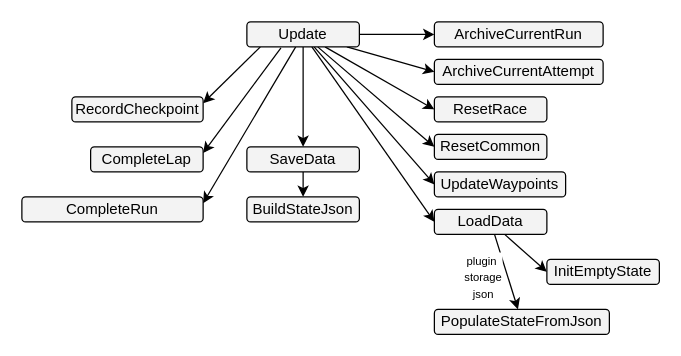
This is diagrams/drawio/structure_charts.drawio from nolanvargas/Weekly-Grand-Splits, a draw.io file, before an edit. Source tidied: cells renumbered, new cells numbered last; positions are measured from the earlier drawing's top-left corner, leaving out a move shared by most shapes. Both pictures are drawn from the tidied source at 125%, with x=0, y=0 at pixel (21, 21).
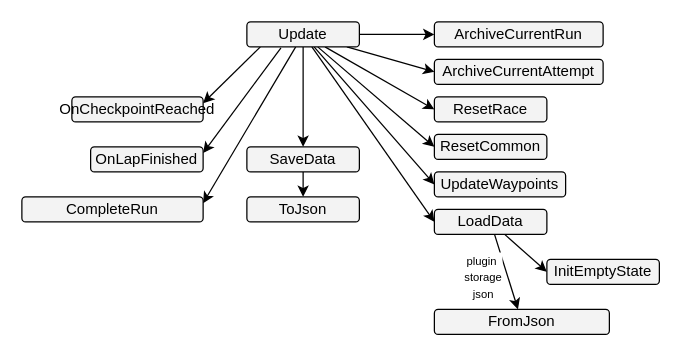
After the change.

Change to the diagram source:
```diff
@@
-    <mxCell id="23" value="CompleteLap" style="rounded=1;whiteSpace=wrap;html=1;fillColor=#F3F3F3;" parent="1" vertex="1">
+    <mxCell id="23" value="OnLapFinished" style="rounded=1;whiteSpace=wrap;html=1;fillColor=#F3F3F3;" parent="1" vertex="1">
       <mxGeometry x="55" y="100" width="90" height="20" as="geometry" />
     </mxCell>
@@
-    <mxCell id="25" value="RecordCheckpoint" style="rounded=1;whiteSpace=wrap;html=1;fillColor=#F3F3F3;" parent="1" vertex="1">
+    <mxCell id="25" value="OnCheckpointReached" style="rounded=1;whiteSpace=wrap;html=1;fillColor=#F3F3F3;" parent="1" vertex="1">
       <mxGeometry x="40" y="60" width="105" height="20" as="geometry" />
     </mxCell>
@@
-    <mxCell id="27" value="PopulateStateFromJson" style="rounded=1;whiteSpace=wrap;html=1;fillColor=#F3F3F3;" parent="1" vertex="1">
+    <mxCell id="27" value="FromJson" style="rounded=1;whiteSpace=wrap;html=1;fillColor=#F3F3F3;" parent="1" vertex="1">
       <mxGeometry x="330" y="230" width="140" height="20" as="geometry" />
     </mxCell>
-    <mxCell id="28" value="BuildStateJson" style="rounded=1;whiteSpace=wrap;html=1;fillColor=#F3F3F3;" parent="1" vertex="1">
+    <mxCell id="28" value="ToJson" style="rounded=1;whiteSpace=wrap;html=1;fillColor=#F3F3F3;" parent="1" vertex="1">
       <mxGeometry x="180" y="140" width="90" height="20" as="geometry" />
     </mxCell>
```
